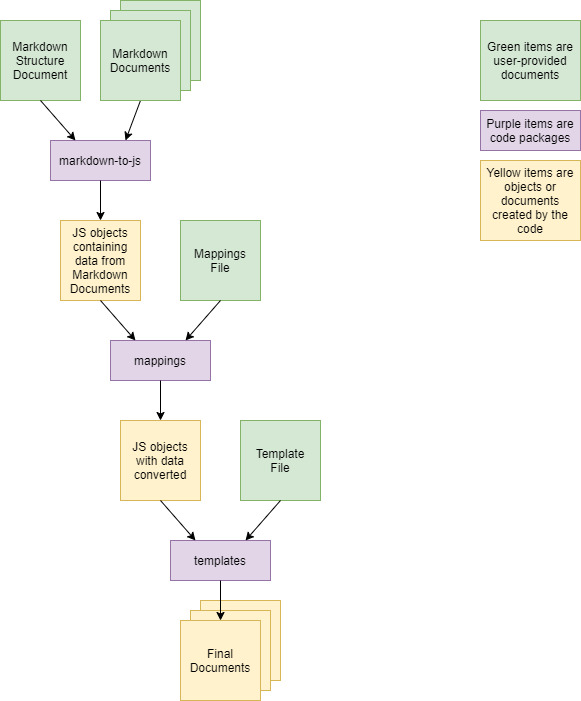
Above: docs/markdown-to-x.png in folkforms/markdown-to-x (draw.io), before the change. Source tidied: cells renumbered, new cells last; positions are measured from the earlier drawing's top-left corner, leaving out a move shared by most shapes.
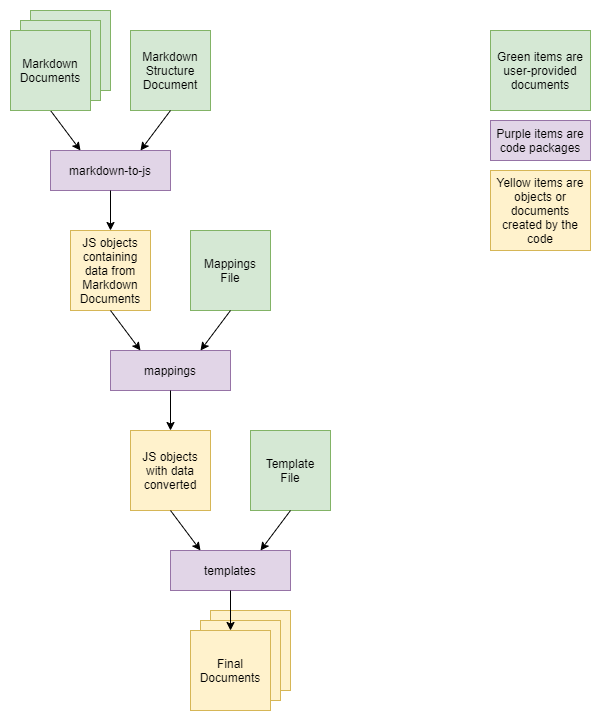
Later version of the same file.

Commit message:
Added border around architecture diagram

Diff of the diagram source:
```diff
@@ -2,19 +2,22 @@
   <root>
     <mxCell id="0" />
     <mxCell id="1" parent="0" />
+    <mxCell id="28" style="rounded=0;whiteSpace=wrap;html=1;fillColor=none;strokeColor=#FFFFFF;" parent="1" vertex="1">
+      <mxGeometry x="-10" y="-10" width="600" height="720" as="geometry" />
+    </mxCell>
     <mxCell id="2" value="Markdown&lt;br&gt;Structure&lt;br&gt;Document" style="rounded=0;whiteSpace=wrap;html=1;fillColor=#d5e8d4;strokeColor=#82b366;" parent="1" vertex="1">
-      <mxGeometry y="20" width="80" height="80" as="geometry" />
+      <mxGeometry x="120" y="20" width="80" height="80" as="geometry" />
     </mxCell>
     <mxCell id="3" value="Markdown&lt;br&gt;Documents" style="rounded=0;whiteSpace=wrap;html=1;fillColor=#d5e8d4;strokeColor=#82b366;" parent="1" vertex="1">
-      <mxGeometry x="120" width="80" height="80" as="geometry" />
+      <mxGeometry x="20" width="80" height="80" as="geometry" />
     </mxCell>
     <mxCell id="4" value="markdown-to-js" style="rounded=0;whiteSpace=wrap;html=1;fillColor=#e1d5e7;strokeColor=#9673a6;" parent="1" vertex="1">
-      <mxGeometry x="50" y="140" width="100" height="40" as="geometry" />
+      <mxGeometry x="40" y="140" width="120" height="40" as="geometry" />
     </mxCell>
-    <mxCell id="5" style="endArrow=classic;html=1;exitX=0.5;exitY=1;exitDx=0;exitDy=0;entryX=0.25;entryY=0;entryDx=0;entryDy=0;" parent="1" edge="1" source="2" target="4">
+    <mxCell id="5" style="endArrow=classic;html=1;exitX=0.5;exitY=1;exitDx=0;exitDy=0;entryX=0.75;entryY=0;entryDx=0;entryDy=0;" parent="1" edge="1" source="2" target="4">
       <mxGeometry relative="1" as="geometry" />
     </mxCell>
-    <mxCell id="6" style="endArrow=classic;html=1;exitX=0.5;exitY=1;exitDx=0;exitDy=0;entryX=0.75;entryY=0;entryDx=0;entryDy=0;" parent="1" edge="1" source="24" target="4">
+    <mxCell id="6" style="endArrow=classic;html=1;exitX=0.5;exitY=1;exitDx=0;exitDy=0;entryX=0.25;entryY=0;entryDx=0;entryDy=0;" parent="1" edge="1" source="24" target="4">
       <mxGeometry relative="1" as="geometry" />
     </mxCell>
     <mxCell id="7" value="JS objects containing data from Markdown Documents" style="rounded=0;whiteSpace=wrap;html=1;fillColor=#fff2cc;strokeColor=#d6b656;" parent="1" vertex="1">
@@ -27,7 +30,7 @@
       <mxGeometry x="180" y="220" width="80" height="80" as="geometry" />
     </mxCell>
     <mxCell id="10" value="mappings" style="rounded=0;whiteSpace=wrap;html=1;fillColor=#e1d5e7;strokeColor=#9673a6;" parent="1" vertex="1">
-      <mxGeometry x="110" y="340" width="100" height="40" as="geometry" />
+      <mxGeometry x="100" y="340" width="120" height="40" as="geometry" />
     </mxCell>
     <mxCell id="11" style="endArrow=classic;html=1;exitX=0.5;exitY=1;exitDx=0;exitDy=0;entryX=0.25;entryY=0;entryDx=0;entryDy=0;" parent="1" edge="1" source="7" target="10">
       <mxGeometry relative="1" as="geometry" />
@@ -42,7 +45,7 @@
       <mxGeometry relative="1" as="geometry" />
     </mxCell>
     <mxCell id="15" value="templates" style="rounded=0;whiteSpace=wrap;html=1;fillColor=#e1d5e7;strokeColor=#9673a6;" parent="1" vertex="1">
-      <mxGeometry x="170" y="540" width="100" height="40" as="geometry" />
+      <mxGeometry x="160" y="540" width="120" height="40" as="geometry" />
     </mxCell>
     <mxCell id="16" value="Template&lt;br&gt;File" style="rounded=0;whiteSpace=wrap;html=1;fillColor=#d5e8d4;strokeColor=#82b366;" parent="1" vertex="1">
       <mxGeometry x="240" y="420" width="80" height="80" as="geometry" />
@@ -66,10 +69,10 @@
       <mxGeometry x="480" y="160" width="100" height="80" as="geometry" />
     </mxCell>
     <mxCell id="23" value="Markdown&lt;br&gt;Documents" style="rounded=0;whiteSpace=wrap;html=1;fillColor=#d5e8d4;strokeColor=#82b366;" parent="1" vertex="1">
-      <mxGeometry x="110" y="10" width="80" height="80" as="geometry" />
+      <mxGeometry x="10" y="10" width="80" height="80" as="geometry" />
     </mxCell>
     <mxCell id="24" value="Markdown&lt;br&gt;Documents" style="rounded=0;whiteSpace=wrap;html=1;fillColor=#d5e8d4;strokeColor=#82b366;" parent="1" vertex="1">
-      <mxGeometry x="100" y="20" width="80" height="80" as="geometry" />
+      <mxGeometry y="20" width="80" height="80" as="geometry" />
     </mxCell>
     <mxCell id="25" value="Final Documents" style="rounded=0;whiteSpace=wrap;html=1;fillColor=#fff2cc;strokeColor=#d6b656;" parent="1" vertex="1">
       <mxGeometry x="190" y="610" width="80" height="80" as="geometry" />
```
